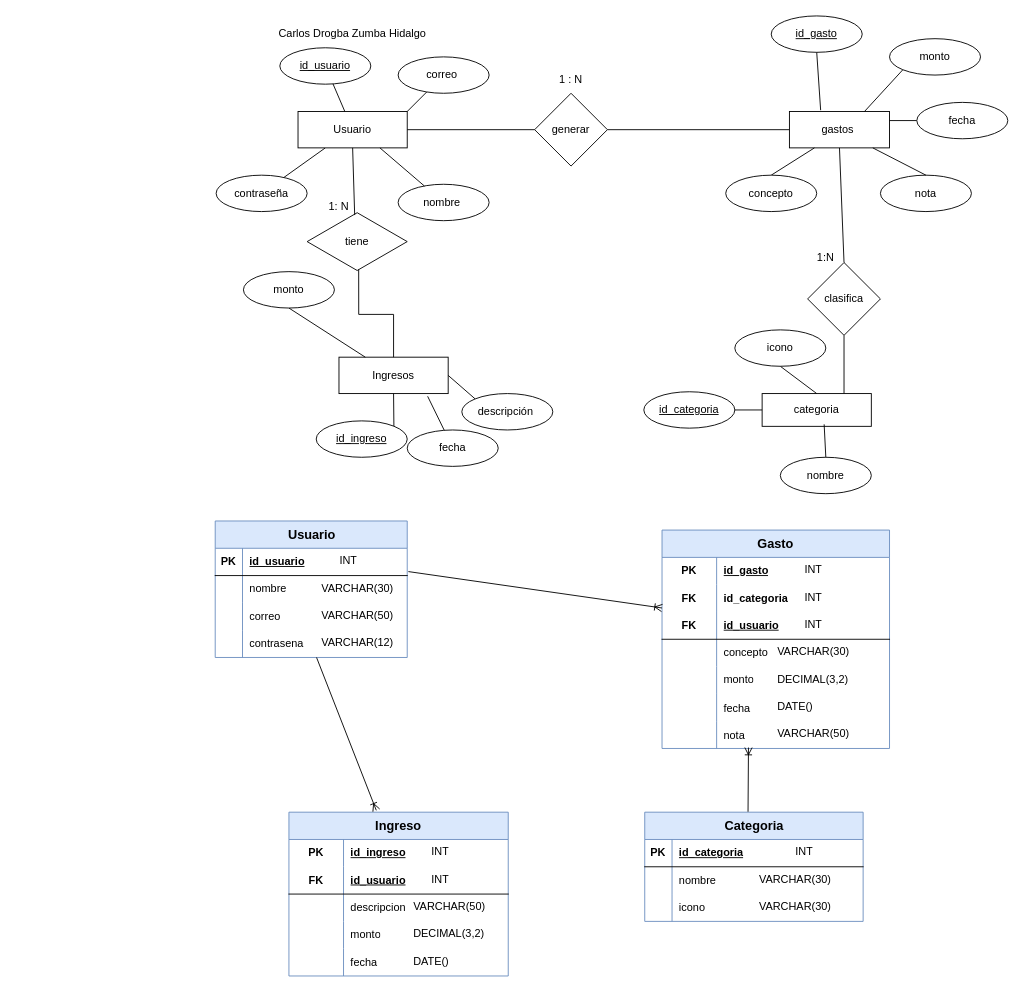
Earlier version of the draw.io diagram Proyecto de unidad 1.drawio (CarlosZumba16/Base-de-Datos-Unidad-1). Source tidied: cells renumbered, new cells numbered last; positions are measured from the earlier drawing's top-left corner, leaving out a move shared by most shapes. Both pictures are drawn from the tidied source at 91%, with x=0, y=0 at pixel (215, 15).
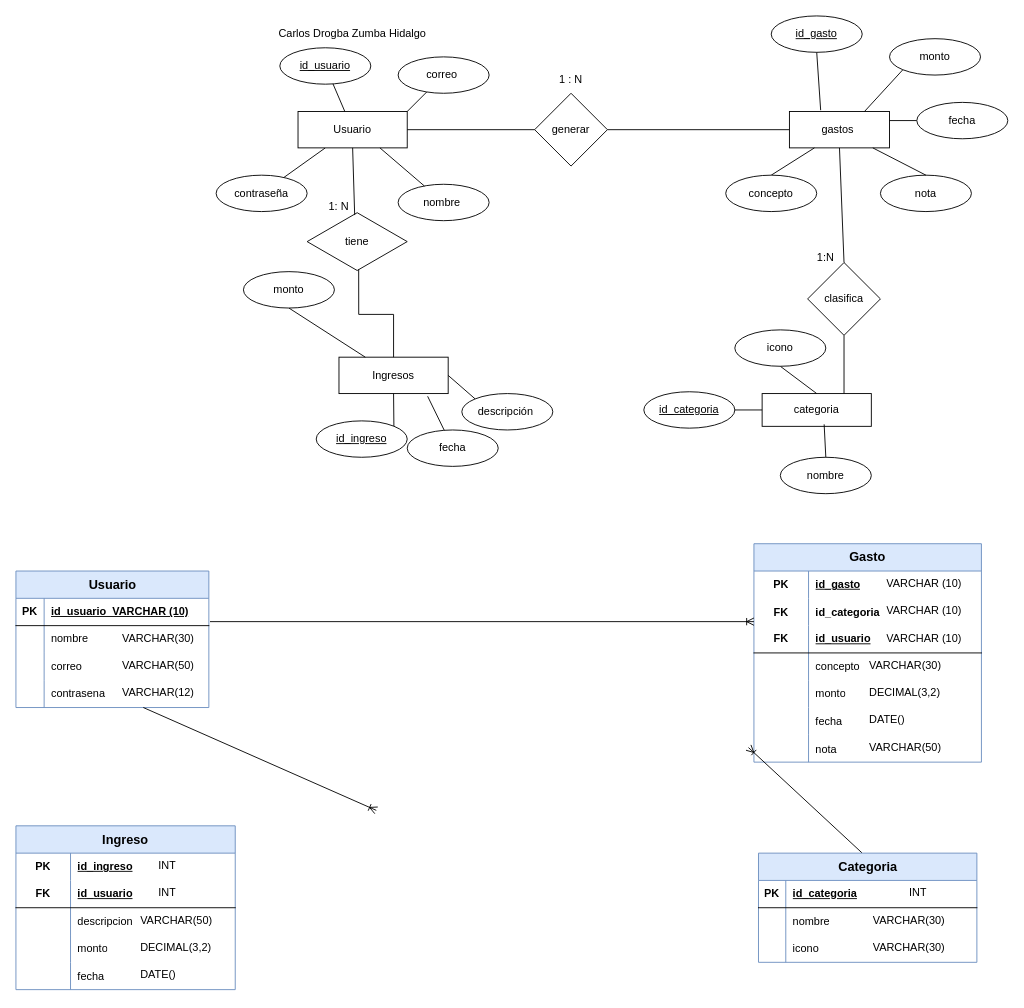
The same diagram, later.

Diff of the diagram source:
```diff
@@
     <mxCell id="51" value="&lt;font style=&quot;font-size: 14px;&quot;&gt;Usuario&lt;/font&gt;" style="shape=table;startSize=30;childLayout=tableLayout;rowLines=0;fontStyle=1;align=center;html=1;fillColor=#dae8fc;strokeColor=#6c8ebf;" parent="1" vertex="1">
-      <mxGeometry y="555" width="211" height="150" as="geometry" />
+      <mxGeometry x="-219" y="610" width="212" height="150" as="geometry" />
     </mxCell>
     <mxCell id="52" style="shape=tableRow;horizontal=0;startSize=0;swimlaneHead=0;swimlaneBody=0;fillColor=none;points=[[0,0.5],[1,0.5]];portConstraint=eastwest;top=0;left=0;right=0;bottom=1;" parent="51" vertex="1">
-      <mxGeometry y="30" width="211" height="30" as="geometry" />
+      <mxGeometry y="30" width="212" height="30" as="geometry" />
     </mxCell>
     <mxCell id="53" value="PK" style="shape=partialRectangle;fillColor=none;top=0;left=0;bottom=0;right=0;fontStyle=1;overflow=hidden;whiteSpace=wrap;html=1;" parent="52" vertex="1">
-      <mxGeometry width="30" height="30" as="geometry" />
+      <mxGeometry width="31" height="30" as="geometry" />
     </mxCell>
-    <mxCell id="54" value="id_usuario" style="shape=partialRectangle;fillColor=none;top=0;left=0;bottom=0;right=0;align=left;spacingLeft=6;fontStyle=5;overflow=hidden;whiteSpace=wrap;html=1;strokeColor=inherit;" parent="52" vertex="1">
-      <mxGeometry x="30" width="181" height="30" as="geometry" />
+    <mxCell id="54" value="id_usuario&amp;nbsp; VARCHAR (10)" style="shape=partialRectangle;fillColor=none;top=0;left=0;bottom=0;right=0;align=left;spacingLeft=6;fontStyle=5;overflow=hidden;whiteSpace=wrap;html=1;strokeColor=inherit;" parent="52" vertex="1">
+      <mxGeometry x="31" width="181" height="30" as="geometry" />
     </mxCell>
     <mxCell id="55" style="shape=tableRow;horizontal=0;startSize=0;swimlaneHead=0;swimlaneBody=0;fillColor=none;top=0;left=0;right=0;bottom=0;" parent="51" vertex="1">
-      <mxGeometry y="60" width="211" height="30" as="geometry" />
+      <mxGeometry y="60" width="212" height="30" as="geometry" />
     </mxCell>
     <mxCell id="56" style="shape=partialRectangle;fillColor=none;top=0;left=0;bottom=0;right=0;overflow=hidden;whiteSpace=wrap;html=1;" parent="55" vertex="1">
-      <mxGeometry width="30" height="30" as="geometry" />
+      <mxGeometry width="31" height="30" as="geometry" />
     </mxCell>
     <mxCell id="57" value="nombre&amp;nbsp; &amp;nbsp; &amp;nbsp; &amp;nbsp; &amp;nbsp;&amp;nbsp;" style="shape=partialRectangle;fillColor=none;top=0;left=0;bottom=0;right=0;align=left;spacingLeft=6;overflow=hidden;whiteSpace=wrap;html=1;" parent="55" vertex="1">
-      <mxGeometry x="30" width="181" height="30" as="geometry" />
+      <mxGeometry x="31" width="181" height="30" as="geometry" />
     </mxCell>
     <mxCell id="58" style="shape=tableRow;horizontal=0;startSize=0;swimlaneHead=0;swimlaneBody=0;fillColor=none;top=0;left=0;right=0;bottom=0;" parent="51" vertex="1">
-      <mxGeometry y="90" width="211" height="30" as="geometry" />
+      <mxGeometry y="90" width="212" height="30" as="geometry" />
     </mxCell>
     <mxCell id="59" style="shape=partialRectangle;fillColor=none;top=0;left=0;bottom=0;right=0;overflow=hidden;whiteSpace=wrap;html=1;" parent="58" vertex="1">
-      <mxGeometry width="30" height="30" as="geometry" />
+      <mxGeometry width="31" height="30" as="geometry" />
     </mxCell>
     <mxCell id="60" value="correo&amp;nbsp; &amp;nbsp; &amp;nbsp; &amp;nbsp; &amp;nbsp; &amp;nbsp;&amp;nbsp;" style="shape=partialRectangle;fillColor=none;top=0;left=0;bottom=0;right=0;align=left;spacingLeft=6;overflow=hidden;whiteSpace=wrap;html=1;" parent="58" vertex="1">
-      <mxGeometry x="30" width="181" height="30" as="geometry" />
+      <mxGeometry x="31" width="181" height="30" as="geometry" />
     </mxCell>
     <mxCell id="61" style="shape=tableRow;horizontal=0;startSize=0;swimlaneHead=0;swimlaneBody=0;fillColor=none;points=[[0,0.5],[1,0.5]];portConstraint=eastwest;top=0;left=0;right=0;bottom=0;" parent="51" vertex="1">
-      <mxGeometry y="120" width="211" height="30" as="geometry" />
+      <mxGeometry y="120" width="212" height="30" as="geometry" />
     </mxCell>
     <mxCell id="62" style="shape=partialRectangle;fillColor=none;top=0;left=0;bottom=0;right=0;overflow=hidden;whiteSpace=wrap;html=1;" parent="61" vertex="1">
-      <mxGeometry width="30" height="30" as="geometry" />
+      <mxGeometry width="31" height="30" as="geometry" />
     </mxCell>
     <mxCell id="63" value="contrasena&amp;nbsp; &amp;nbsp;&amp;nbsp;" style="shape=partialRectangle;fillColor=none;top=0;left=0;bottom=0;right=0;align=left;spacingLeft=6;overflow=hidden;whiteSpace=wrap;html=1;" parent="61" vertex="1">
-      <mxGeometry x="30" width="181" height="30" as="geometry" />
+      <mxGeometry x="31" width="181" height="30" as="geometry" />
     </mxCell>
     <mxCell id="64" value="&lt;font style=&quot;font-size: 14px;&quot;&gt;Ingreso&lt;/font&gt;" style="shape=table;startSize=30;childLayout=tableLayout;rowLines=0;fontStyle=1;align=center;html=1;whiteSpace=wrap;fillColor=#dae8fc;strokeColor=#6c8ebf;" parent="1" vertex="1">
-      <mxGeometry x="81" y="875" width="241" height="180" as="geometry" />
+      <mxGeometry x="-219" y="890" width="241" height="180" as="geometry" />
     </mxCell>
@@
     <mxCell id="80" value="INT" style="text;strokeColor=none;fillColor=none;spacingLeft=4;spacingRight=4;overflow=hidden;fontSize=12;whiteSpace=wrap;html=1;" parent="1" vertex="1">
-      <mxGeometry x="232" y="905" width="40" height="30" as="geometry" />
+      <mxGeometry x="-68" y="920" width="40" height="30" as="geometry" />
     </mxCell>
     <mxCell id="81" value="INT" style="text;strokeColor=none;fillColor=none;spacingLeft=4;spacingRight=4;overflow=hidden;fontSize=12;whiteSpace=wrap;html=1;" parent="1" vertex="1">
-      <mxGeometry x="232" y="935" width="40" height="30" as="geometry" />
+      <mxGeometry x="-68" y="950" width="40" height="30" as="geometry" />
     </mxCell>
-    <mxCell id="82" value="INT" style="text;strokeColor=none;fillColor=none;spacingLeft=4;spacingRight=4;overflow=hidden;fontSize=12;whiteSpace=wrap;html=1;" parent="1" vertex="1">
-      <mxGeometry x="131" y="585" width="40" height="30" as="geometry" />
-    </mxCell>
@@
     <mxCell id="84" value="VARCHAR(30)" style="text;strokeColor=none;fillColor=none;spacingLeft=4;spacingRight=4;overflow=hidden;fontSize=12;whiteSpace=wrap;html=1;" parent="1" vertex="1">
-      <mxGeometry x="111" y="615" width="100" height="30" as="geometry" />
+      <mxGeometry x="-108" y="670" width="100" height="30" as="geometry" />
     </mxCell>
     <mxCell id="85" value="VARCHAR(50)" style="text;strokeColor=none;fillColor=none;spacingLeft=4;spacingRight=4;overflow=hidden;fontSize=12;whiteSpace=wrap;html=1;" parent="1" vertex="1">
-      <mxGeometry x="111" y="645" width="100" height="30" as="geometry" />
+      <mxGeometry x="-108" y="700" width="100" height="30" as="geometry" />
     </mxCell>
     <mxCell id="86" value="VARCHAR(12)" style="text;strokeColor=none;fillColor=none;spacingLeft=4;spacingRight=4;overflow=hidden;fontSize=12;whiteSpace=wrap;html=1;" parent="1" vertex="1">
-      <mxGeometry x="111" y="675" width="100" height="30" as="geometry" />
+      <mxGeometry x="-108" y="730" width="100" height="30" as="geometry" />
     </mxCell>
     <mxCell id="87" value="VARCHAR(50)" style="text;strokeColor=none;fillColor=none;spacingLeft=4;spacingRight=4;overflow=hidden;fontSize=12;whiteSpace=wrap;html=1;" parent="1" vertex="1">
-      <mxGeometry x="212" y="965" width="100" height="30" as="geometry" />
+      <mxGeometry x="-88" y="980" width="100" height="30" as="geometry" />
     </mxCell>
     <mxCell id="88" value="DECIMAL(3,2)" style="text;strokeColor=none;fillColor=none;spacingLeft=4;spacingRight=4;overflow=hidden;fontSize=12;whiteSpace=wrap;html=1;" parent="1" vertex="1">
-      <mxGeometry x="212" y="995" width="100" height="30" as="geometry" />
+      <mxGeometry x="-88" y="1010" width="100" height="30" as="geometry" />
     </mxCell>
     <mxCell id="89" value="DATE()" style="text;strokeColor=none;fillColor=none;spacingLeft=4;spacingRight=4;overflow=hidden;fontSize=12;whiteSpace=wrap;html=1;" parent="1" vertex="1">
-      <mxGeometry x="212" y="1025" width="100" height="30" as="geometry" />
+      <mxGeometry x="-88" y="1040" width="100" height="30" as="geometry" />
     </mxCell>
     <mxCell id="90" value="&lt;font style=&quot;font-size: 14px;&quot;&gt;Categoria&lt;/font&gt;" style="shape=table;startSize=30;childLayout=tableLayout;rowLines=0;fontStyle=1;align=center;html=1;fillColor=#dae8fc;strokeColor=#6c8ebf;" parent="1" vertex="1">
-      <mxGeometry x="472" y="875" width="240" height="120" as="geometry" />
+      <mxGeometry x="597" y="920" width="240" height="120" as="geometry" />
     </mxCell>
@@
     <mxCell id="100" value="&lt;font style=&quot;font-size: 14px;&quot;&gt;Gasto&lt;/font&gt;" style="shape=table;startSize=30;childLayout=tableLayout;rowLines=0;fontStyle=1;align=center;html=1;whiteSpace=wrap;fillColor=#dae8fc;strokeColor=#6c8ebf;" parent="1" vertex="1">
-      <mxGeometry x="491" y="565" width="250" height="240" as="geometry" />
+      <mxGeometry x="592" y="580" width="250" height="240" as="geometry" />
     </mxCell>
@@
-    <mxCell id="124" value="INT" style="text;strokeColor=none;fillColor=none;spacingLeft=4;spacingRight=4;overflow=hidden;fontSize=12;whiteSpace=wrap;html=1;" parent="1" vertex="1">
-      <mxGeometry x="642" y="595" width="40" height="30" as="geometry" />
+    <mxCell id="124" value="VARCHAR (10)" style="text;strokeColor=none;fillColor=none;spacingLeft=4;spacingRight=4;overflow=hidden;fontSize=12;whiteSpace=wrap;html=1;" parent="1" vertex="1">
+      <mxGeometry x="732" y="610" width="100" height="30" as="geometry" />
     </mxCell>
-    <mxCell id="125" value="INT" style="text;strokeColor=none;fillColor=none;spacingLeft=4;spacingRight=4;overflow=hidden;fontSize=12;whiteSpace=wrap;html=1;" parent="1" vertex="1">
-      <mxGeometry x="642" y="625" width="40" height="30" as="geometry" />
+    <mxCell id="125" value="VARCHAR (10)" style="text;strokeColor=none;fillColor=none;spacingLeft=4;spacingRight=4;overflow=hidden;fontSize=12;whiteSpace=wrap;html=1;" parent="1" vertex="1">
+      <mxGeometry x="732" y="640" width="100" height="30" as="geometry" />
     </mxCell>
-    <mxCell id="126" value="INT" style="text;strokeColor=none;fillColor=none;spacingLeft=4;spacingRight=4;overflow=hidden;fontSize=12;whiteSpace=wrap;html=1;" parent="1" vertex="1">
-      <mxGeometry x="642" y="655" width="40" height="30" as="geometry" />
+    <mxCell id="126" value="VARCHAR (10)" style="text;strokeColor=none;fillColor=none;spacingLeft=4;spacingRight=4;overflow=hidden;fontSize=12;whiteSpace=wrap;html=1;" parent="1" vertex="1">
+      <mxGeometry x="732" y="670" width="99" height="30" as="geometry" />
     </mxCell>
     <mxCell id="127" value="INT" style="text;strokeColor=none;fillColor=none;spacingLeft=4;spacingRight=4;overflow=hidden;fontSize=12;whiteSpace=wrap;html=1;" parent="1" vertex="1">
-      <mxGeometry x="632" y="905" width="40" height="30" as="geometry" />
+      <mxGeometry x="757" y="950" width="40" height="30" as="geometry" />
     </mxCell>
     <mxCell id="128" value="VARCHAR(30)" style="text;strokeColor=none;fillColor=none;spacingLeft=4;spacingRight=4;overflow=hidden;fontSize=12;whiteSpace=wrap;html=1;" parent="1" vertex="1">
-      <mxGeometry x="612" y="685" width="100" height="30" as="geometry" />
+      <mxGeometry x="713" y="700" width="100" height="30" as="geometry" />
     </mxCell>
     <mxCell id="129" value="DECIMAL(3,2)" style="text;strokeColor=none;fillColor=none;spacingLeft=4;spacingRight=4;overflow=hidden;fontSize=12;whiteSpace=wrap;html=1;" parent="1" vertex="1">
-      <mxGeometry x="612" y="715" width="100" height="30" as="geometry" />
+      <mxGeometry x="713" y="730" width="100" height="30" as="geometry" />
     </mxCell>
     <mxCell id="130" value="DATE()" style="text;strokeColor=none;fillColor=none;spacingLeft=4;spacingRight=4;overflow=hidden;fontSize=12;whiteSpace=wrap;html=1;" parent="1" vertex="1">
-      <mxGeometry x="612" y="745" width="100" height="30" as="geometry" />
+      <mxGeometry x="713" y="760" width="100" height="30" as="geometry" />
     </mxCell>
     <mxCell id="131" value="VARCHAR(50)" style="text;strokeColor=none;fillColor=none;spacingLeft=4;spacingRight=4;overflow=hidden;fontSize=12;whiteSpace=wrap;html=1;" parent="1" vertex="1">
-      <mxGeometry x="612" y="775" width="100" height="30" as="geometry" />
+      <mxGeometry x="713" y="790" width="100" height="30" as="geometry" />
     </mxCell>
     <mxCell id="132" value="VARCHAR(30)" style="text;strokeColor=none;fillColor=none;spacingLeft=4;spacingRight=4;overflow=hidden;fontSize=12;whiteSpace=wrap;html=1;" parent="1" vertex="1">
-      <mxGeometry x="592" y="935" width="100" height="30" as="geometry" />
+      <mxGeometry x="717" y="980" width="100" height="30" as="geometry" />
     </mxCell>
     <mxCell id="133" value="VARCHAR(30)" style="text;strokeColor=none;fillColor=none;spacingLeft=4;spacingRight=4;overflow=hidden;fontSize=12;whiteSpace=wrap;html=1;" parent="1" vertex="1">
-      <mxGeometry x="592" y="965" width="100" height="30" as="geometry" />
+      <mxGeometry x="717" y="1010" width="100" height="30" as="geometry" />
     </mxCell>
```
